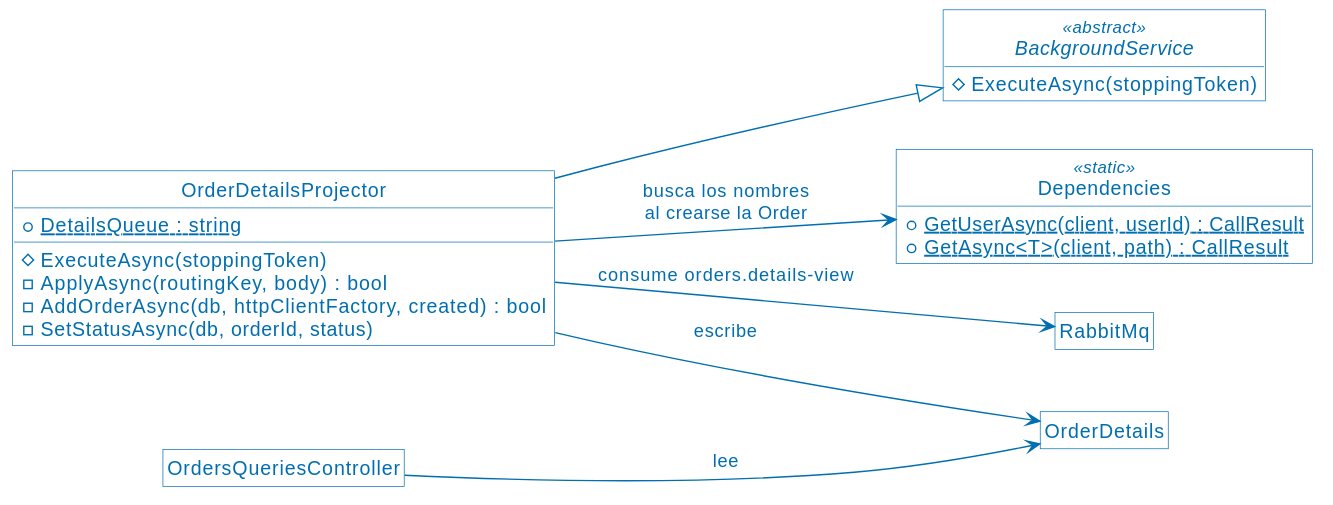
ucudal/ANDIS2_UT4_DEMO1 keeps this PlantUML diagram as assets/16-materialized-view-clases.svg. Above is the earlier version. Its diagram source:
```plantuml
@startuml
!include PlantUML.style
hide empty members
hide circle
left to right direction
abstract class BackgroundService <<abstract>> {
  #ExecuteAsync(stoppingToken)
}
class OrderDetailsProjector {
  {static} +DetailsQueue : string
  #ExecuteAsync(stoppingToken)
  -ApplyAsync(routingKey, body) : bool
  -AddOrderAsync(db, httpClientFactory, created) : bool
  -SetStatusAsync(db, orderId, status)
}
class Dependencies <<static>> {
  {static} +GetUserAsync(client, userId) : CallResult
  {static} +GetAsync<T>(client, path) : CallResult
}
class RabbitMq
class OrderDetails
class OrdersQueriesController

OrderDetailsProjector --|> BackgroundService
OrderDetailsProjector --> RabbitMq : consume orders.details-view
OrderDetailsProjector --> Dependencies : busca los nombres\nal crearse la Order
OrderDetailsProjector --> OrderDetails : escribe
OrdersQueriesController --> OrderDetails : lee
@enduml
```
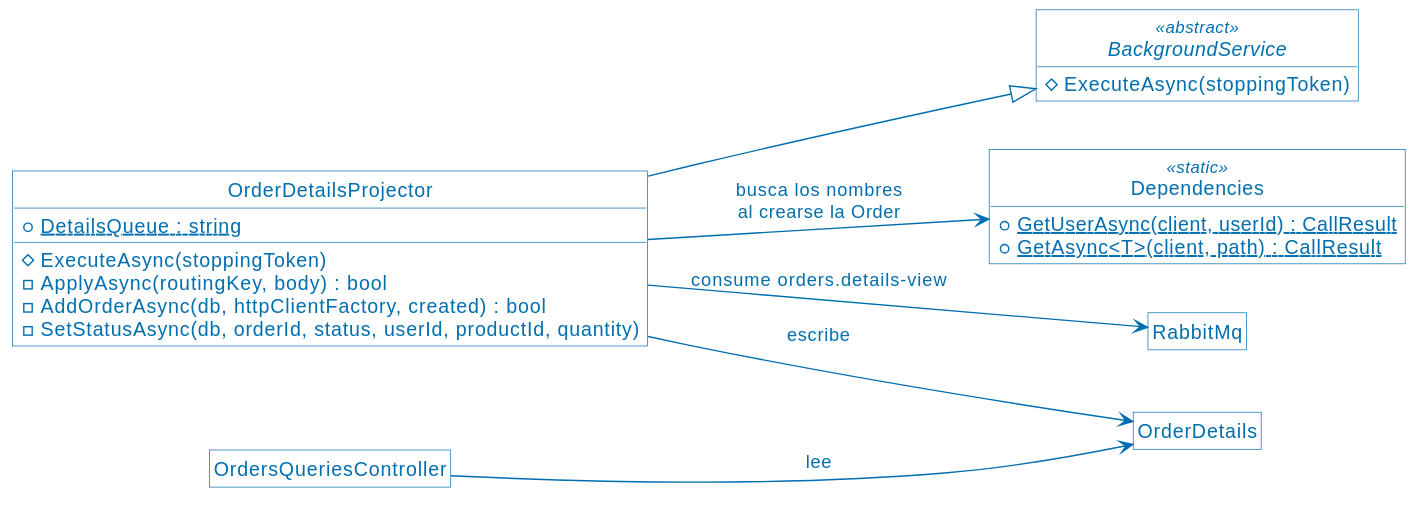
The same diagram one commit later.

What changed in the source:
```diff
@@ -11,7 +11,7 @@
   #ExecuteAsync(stoppingToken)
   -ApplyAsync(routingKey, body) : bool
   -AddOrderAsync(db, httpClientFactory, created) : bool
-  -SetStatusAsync(db, orderId, status)
+  -SetStatusAsync(db, orderId, status, userId, productId, quantity)
 }
 class Dependencies <<static>> {
   {static} +GetUserAsync(client, userId) : CallResult
```
